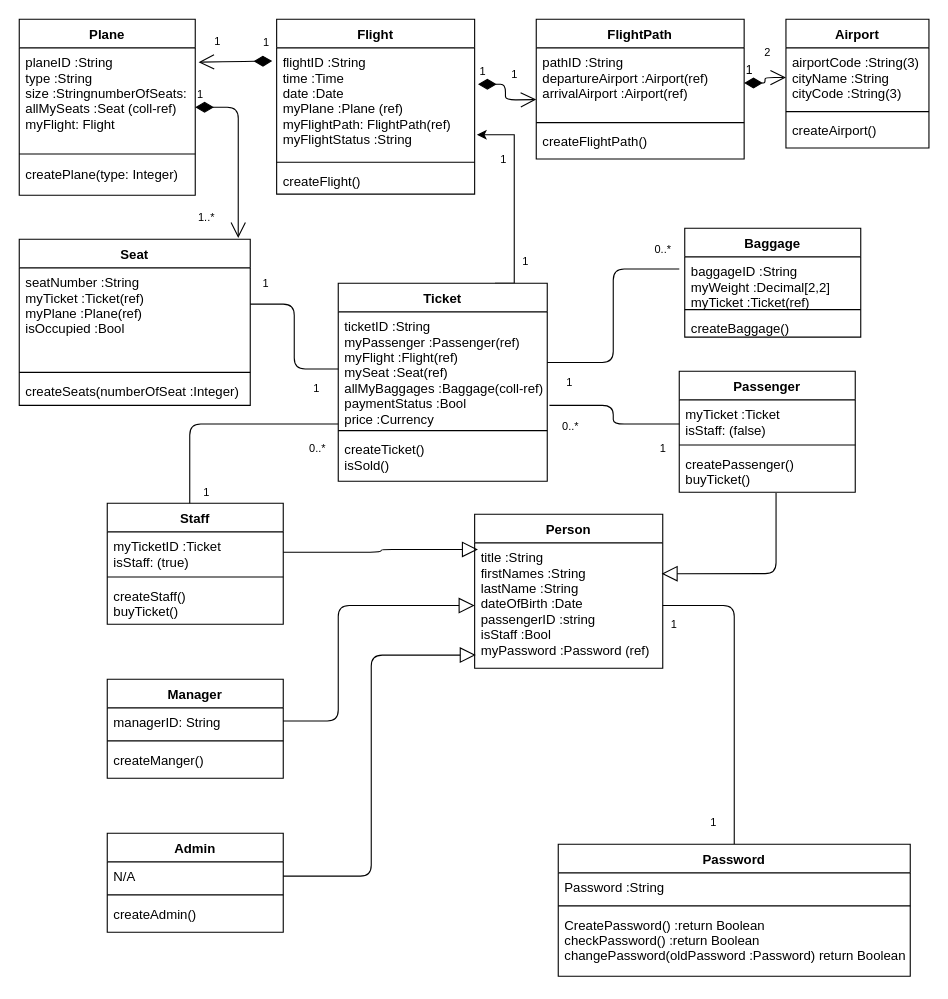
Before: Untitled Diagram.drawio in trannthany/Jade_OOD, a draw.io diagram. Source tidied: cells renumbered, new cells numbered last; positions are measured from the earlier drawing's top-left corner, leaving out a move shared by most shapes. Both pictures are drawn from the tidied source at 110%, with x=0, y=0 at pixel (19, 19).
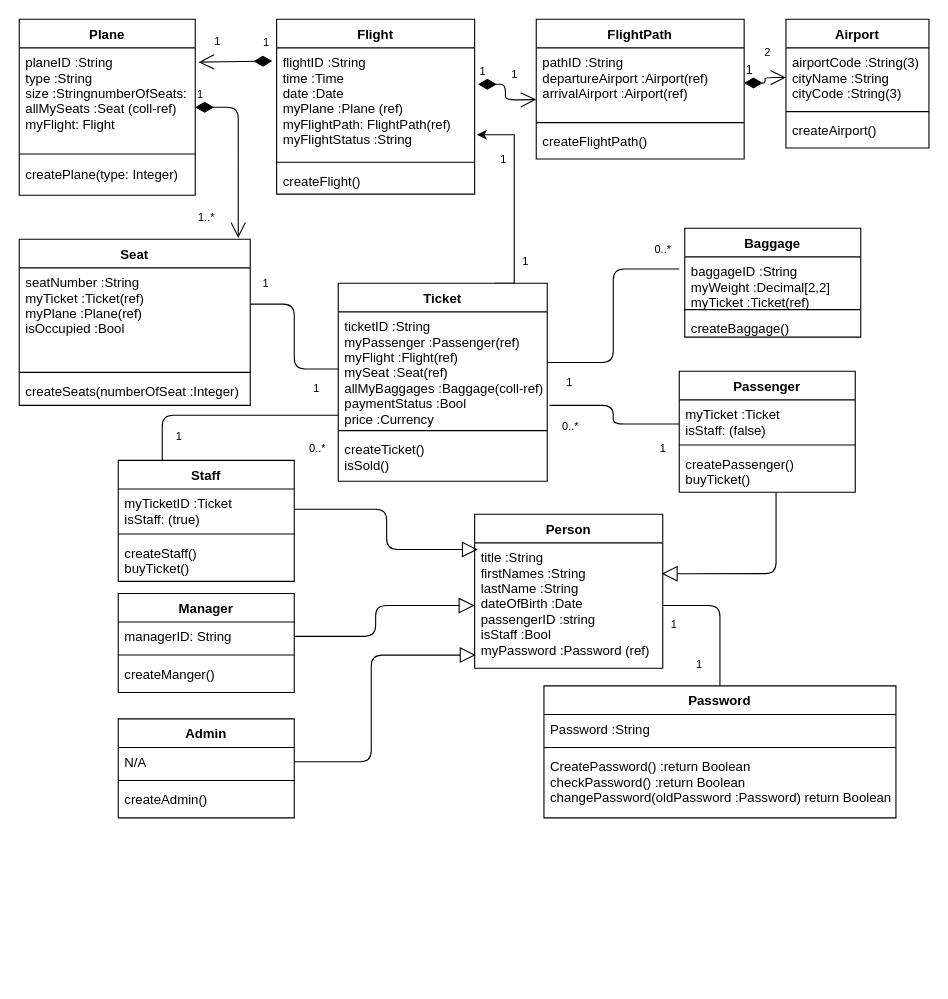
The same diagram, later.

The change refers to these unchanged cells:
```xml
<mxCell id="20" value="ticketID :String&#10;myPassenger :Passenger(ref)&#10;myFlight :Flight(ref)&#10;mySeat :Seat(ref)&#10;allMyBaggages :Baggage(coll-ref)&#10;paymentStatus :Bool&#10;price :Currency" style="text;strokeColor=none;fillColor=none;align=left;verticalAlign=top;spacingLeft=4;spacingRight=4;overflow=hidden;points=[[0,0.5],[1,0.5]];portConstraint=eastwest;" parent="19" vertex="1">
  <mxGeometry y="26" width="190" height="104" as="geometry" />
</mxCell>
<mxCell id="45" value="managerID: String" style="text;strokeColor=none;fillColor=none;align=left;verticalAlign=top;spacingLeft=4;spacingRight=4;overflow=hidden;points=[[0,0.5],[1,0.5]];portConstraint=eastwest;" parent="44" vertex="1">
  <mxGeometry y="26" width="160" height="26" as="geometry" />
</mxCell>
<mxCell id="66" value="title :String&#10;firstNames :String&#10;lastName :String&#10;dateOfBirth :Date&#10;passengerID :string&#10;isStaff :Bool&#10;myPassword :Password (ref)" style="text;strokeColor=none;fillColor=none;align=left;verticalAlign=top;spacingLeft=4;spacingRight=4;overflow=hidden;points=[[0,0.5],[1,0.5]];portConstraint=eastwest;" parent="65" vertex="1">
  <mxGeometry y="26" width="171" height="114" as="geometry" />
</mxCell>
```

The edit, as a diff of the source:
```diff
@@
     <mxCell id="40" value="Staff" style="swimlane;fontStyle=1;align=center;verticalAlign=top;horizontal=1;startSize=26;" parent="1" vertex="1">
-      <mxGeometry x="80" y="440" width="160" height="110" as="geometry" />
+      <mxGeometry x="90" y="401" width="160" height="110" as="geometry" />
     </mxCell>
@@
     <mxCell id="44" value="Manager" style="swimlane;fontStyle=1;align=center;verticalAlign=top;horizontal=1;startSize=26;" parent="1" vertex="1">
-      <mxGeometry x="80" y="600" width="160" height="90" as="geometry" />
+      <mxGeometry x="90" y="522" width="160" height="90" as="geometry" />
     </mxCell>
@@
     <mxCell id="48" value="Admin" style="swimlane;fontStyle=1;align=center;verticalAlign=top;horizontal=1;startSize=26;" parent="1" vertex="1">
-      <mxGeometry x="80" y="740" width="160" height="90" as="geometry" />
+      <mxGeometry x="90" y="636" width="160" height="90" as="geometry" />
     </mxCell>
@@
-    <mxCell id="52" style="endArrow=none;html=1;fontSize=10;edgeStyle=elbowEdgeStyle;" parent="1" edge="1" target="20">
+    <mxCell id="52" style="endArrow=none;html=1;fontSize=10;edgeStyle=elbowEdgeStyle;exitX=0.25;exitY=0;exitDx=0;exitDy=0;" parent="1" edge="1" source="40" target="20">
       <mxGeometry relative="1" as="geometry">
-        <mxPoint x="155" y="440" as="sourcePoint" />
         <Array as="points">
-          <mxPoint x="155" y="368" />
+          <mxPoint x="130" y="360" />
+          <mxPoint x="130" y="378" />
         </Array>
       </mxGeometry>
     </mxCell>
     <mxCell id="53" value="1" style="text;html=1;align=center;verticalAlign=middle;fillColor=none;strokeColor=none;rounded=0;fontSize=10;" parent="1" vertex="1">
-      <mxGeometry x="160" y="420" width="20" height="20" as="geometry" />
+      <mxGeometry x="135" y="369" width="20" height="20" as="geometry" />
     </mxCell>
@@
-    <mxCell id="58" style="edgeStyle=elbowEdgeStyle;html=1;endSize=12;endArrow=block;endFill=0;fontSize=10;exitX=1.006;exitY=0.017;exitDx=0;exitDy=0;exitPerimeter=0;entryX=0;entryY=0.5;entryDx=0;entryDy=0;" parent="1" edge="1" target="66">
+    <mxCell id="58" style="edgeStyle=elbowEdgeStyle;html=1;endSize=12;endArrow=block;endFill=0;fontSize=10;exitX=1;exitY=0.5;exitDx=0;exitDy=0;entryX=0;entryY=0.5;entryDx=0;entryDy=0;" parent="1" edge="1" source="45" target="66">
       <mxGeometry relative="1" as="geometry">
-        <mxPoint x="240" y="638" as="sourcePoint" />
         <Array as="points">
-          <mxPoint x="290" y="600" />
+          <mxPoint x="324" y="549" />
         </Array>
       </mxGeometry>
     </mxCell>
@@
     <mxCell id="61" value="Password" style="swimlane;fontStyle=1;align=center;verticalAlign=top;horizontal=1;startSize=26;" parent="1" vertex="1">
-      <mxGeometry x="490" y="750" width="320" height="120" as="geometry" />
+      <mxGeometry x="477" y="606" width="320" height="120" as="geometry" />
     </mxCell>
@@
     <mxCell id="77" value="1" style="text;html=1;align=center;verticalAlign=middle;fillColor=none;strokeColor=none;rounded=0;fontSize=10;" parent="1" vertex="1">
-      <mxGeometry x="621" y="720" width="20" height="20" as="geometry" />
+      <mxGeometry x="608" y="576" width="20" height="20" as="geometry" />
     </mxCell>
```
